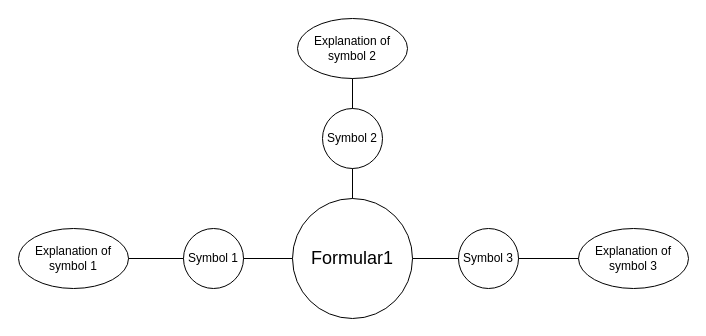
Earlier version of the draw.io diagram Untitled Diagram.drawio (ARKCJ/hangman). Source tidied: cells renumbered, new cells numbered last; positions are measured from the earlier drawing's top-left corner, leaving out a move shared by most shapes. Both pictures are drawn from the tidied source at 100%, with x=0, y=0 at pixel (18, 18).
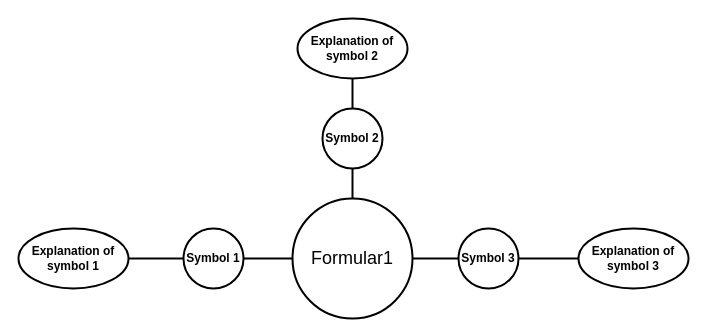
After the change.

Change to the diagram source:
```diff
@@
 <mxGraphModel>
   <root>
     <mxCell id="0" />
     <mxCell id="1" parent="0" />
-    <mxCell id="2" value="Symbol 1" style="ellipse;whiteSpace=wrap;html=1;" parent="1" vertex="1">
+    <mxCell id="2" value="&lt;font style=&quot;font-size: 12px&quot;&gt;&lt;b&gt;Symbol 1&lt;/b&gt;&lt;/font&gt;" style="ellipse;whiteSpace=wrap;html=1;strokeWidth=2;" parent="1" vertex="1">
       <mxGeometry x="165" y="210" width="60" height="60" as="geometry" />
     </mxCell>
-    <mxCell id="3" value="Symbol 2" style="ellipse;whiteSpace=wrap;html=1;" parent="1" vertex="1">
+    <mxCell id="3" value="&lt;b&gt;Symbol 2&lt;/b&gt;" style="ellipse;whiteSpace=wrap;html=1;strokeWidth=2;" parent="1" vertex="1">
       <mxGeometry x="304" y="90" width="60" height="60" as="geometry" />
     </mxCell>
-    <mxCell id="4" value="Symbol 3" style="ellipse;whiteSpace=wrap;html=1;" parent="1" vertex="1">
+    <mxCell id="4" value="&lt;b&gt;Symbol 3&lt;/b&gt;" style="ellipse;whiteSpace=wrap;html=1;strokeWidth=2;" parent="1" vertex="1">
       <mxGeometry x="440" y="210" width="60" height="60" as="geometry" />
     </mxCell>
-    <mxCell id="5" value="&lt;font style=&quot;font-size: 18px&quot;&gt;Formular1&lt;/font&gt;" style="ellipse;whiteSpace=wrap;html=1;" parent="1" vertex="1">
+    <mxCell id="5" value="&lt;font style=&quot;font-size: 18px&quot;&gt;Formular1&lt;/font&gt;" style="ellipse;whiteSpace=wrap;html=1;strokeWidth=2;" parent="1" vertex="1">
       <mxGeometry x="274" y="180" width="120" height="120" as="geometry" />
     </mxCell>
-    <mxCell id="6" value="Explanation of symbol 1" style="ellipse;whiteSpace=wrap;html=1;" parent="1" vertex="1">
+    <mxCell id="6" value="&lt;b&gt;Explanation of symbol 1&lt;/b&gt;" style="ellipse;whiteSpace=wrap;html=1;strokeWidth=2;" parent="1" vertex="1">
       <mxGeometry y="210" width="110" height="60" as="geometry" />
     </mxCell>
-    <mxCell id="7" value="&lt;span&gt;Explanation of symbol 2&lt;/span&gt;" style="ellipse;whiteSpace=wrap;html=1;" parent="1" vertex="1">
+    <mxCell id="7" value="&lt;span&gt;&lt;b&gt;Explanation of symbol 2&lt;/b&gt;&lt;/span&gt;" style="ellipse;whiteSpace=wrap;html=1;strokeWidth=2;" parent="1" vertex="1">
       <mxGeometry x="279" width="110" height="60" as="geometry" />
     </mxCell>
-    <mxCell id="8" value="&lt;span&gt;Explanation of symbol 3&lt;/span&gt;" style="ellipse;whiteSpace=wrap;html=1;" parent="1" vertex="1">
+    <mxCell id="8" value="&lt;span&gt;&lt;b&gt;Explanation of symbol 3&lt;/b&gt;&lt;/span&gt;" style="ellipse;whiteSpace=wrap;html=1;strokeWidth=2;" parent="1" vertex="1">
       <mxGeometry x="560" y="210" width="110" height="60" as="geometry" />
     </mxCell>
-    <mxCell id="9" style="endArrow=none;html=1;entryX=1;entryY=0.5;entryDx=0;entryDy=0;exitX=0;exitY=0.5;exitDx=0;exitDy=0;" parent="1" edge="1" source="4" target="5">
+    <mxCell id="9" style="endArrow=none;html=1;entryX=1;entryY=0.5;entryDx=0;entryDy=0;exitX=0;exitY=0.5;exitDx=0;exitDy=0;strokeWidth=2;" parent="1" edge="1" source="4" target="5">
       <mxGeometry relative="1" as="geometry" />
     </mxCell>
-    <mxCell id="10" style="endArrow=none;html=1;entryX=1;entryY=0.5;entryDx=0;entryDy=0;exitX=0;exitY=0.5;exitDx=0;exitDy=0;" parent="1" edge="1" source="8" target="4">
+    <mxCell id="10" style="endArrow=none;html=1;entryX=1;entryY=0.5;entryDx=0;entryDy=0;exitX=0;exitY=0.5;exitDx=0;exitDy=0;strokeWidth=2;" parent="1" edge="1" source="8" target="4">
       <mxGeometry relative="1" as="geometry" />
     </mxCell>
-    <mxCell id="11" style="endArrow=none;html=1;entryX=0;entryY=0.5;entryDx=0;entryDy=0;exitX=1;exitY=0.5;exitDx=0;exitDy=0;" parent="1" edge="1" source="2" target="5">
+    <mxCell id="11" style="endArrow=none;html=1;entryX=0;entryY=0.5;entryDx=0;entryDy=0;exitX=1;exitY=0.5;exitDx=0;exitDy=0;strokeWidth=2;" parent="1" edge="1" source="2" target="5">
       <mxGeometry relative="1" as="geometry" />
     </mxCell>
-    <mxCell id="12" style="endArrow=none;html=1;entryX=0;entryY=0.5;entryDx=0;entryDy=0;exitX=1;exitY=0.5;exitDx=0;exitDy=0;" parent="1" edge="1" source="6" target="2">
+    <mxCell id="12" style="endArrow=none;html=1;entryX=0;entryY=0.5;entryDx=0;entryDy=0;exitX=1;exitY=0.5;exitDx=0;exitDy=0;strokeWidth=2;" parent="1" edge="1" source="6" target="2">
       <mxGeometry relative="1" as="geometry" />
     </mxCell>
-    <mxCell id="13" style="endArrow=none;html=1;entryX=0.5;entryY=0;entryDx=0;entryDy=0;exitX=0.5;exitY=1;exitDx=0;exitDy=0;" parent="1" edge="1" source="3" target="5">
+    <mxCell id="13" style="endArrow=none;html=1;entryX=0.5;entryY=0;entryDx=0;entryDy=0;exitX=0.5;exitY=1;exitDx=0;exitDy=0;strokeWidth=2;" parent="1" edge="1" source="3" target="5">
       <mxGeometry relative="1" as="geometry" />
     </mxCell>
-    <mxCell id="14" style="endArrow=none;html=1;entryX=0.5;entryY=1;entryDx=0;entryDy=0;exitX=0.5;exitY=0;exitDx=0;exitDy=0;" parent="1" edge="1" source="3" target="7">
+    <mxCell id="14" style="endArrow=none;html=1;entryX=0.5;entryY=1;entryDx=0;entryDy=0;exitX=0.5;exitY=0;exitDx=0;exitDy=0;strokeWidth=2;" parent="1" edge="1" source="3" target="7">
       <mxGeometry relative="1" as="geometry" />
     </mxCell>
   </root>
 </mxGraphModel>
```
